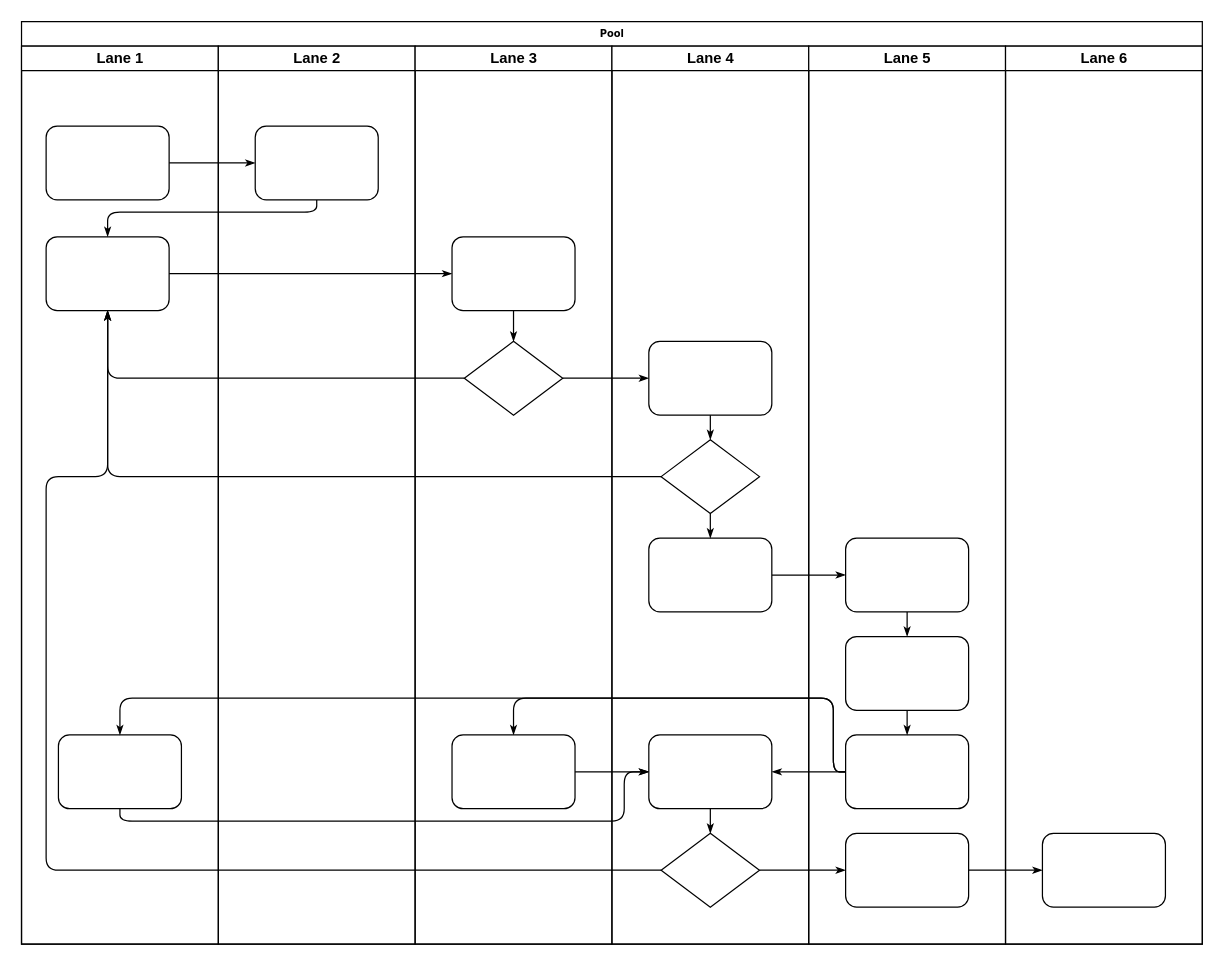
Before: Untitled Diagram.drawio in yooguy/config-repo, a draw.io diagram. Source tidied: cells renumbered, new cells numbered last; positions are measured from the earlier drawing's top-left corner, leaving out a move shared by most shapes. Both pictures are drawn from the tidied source at 123%, with x=0, y=0 at pixel (21, 21).
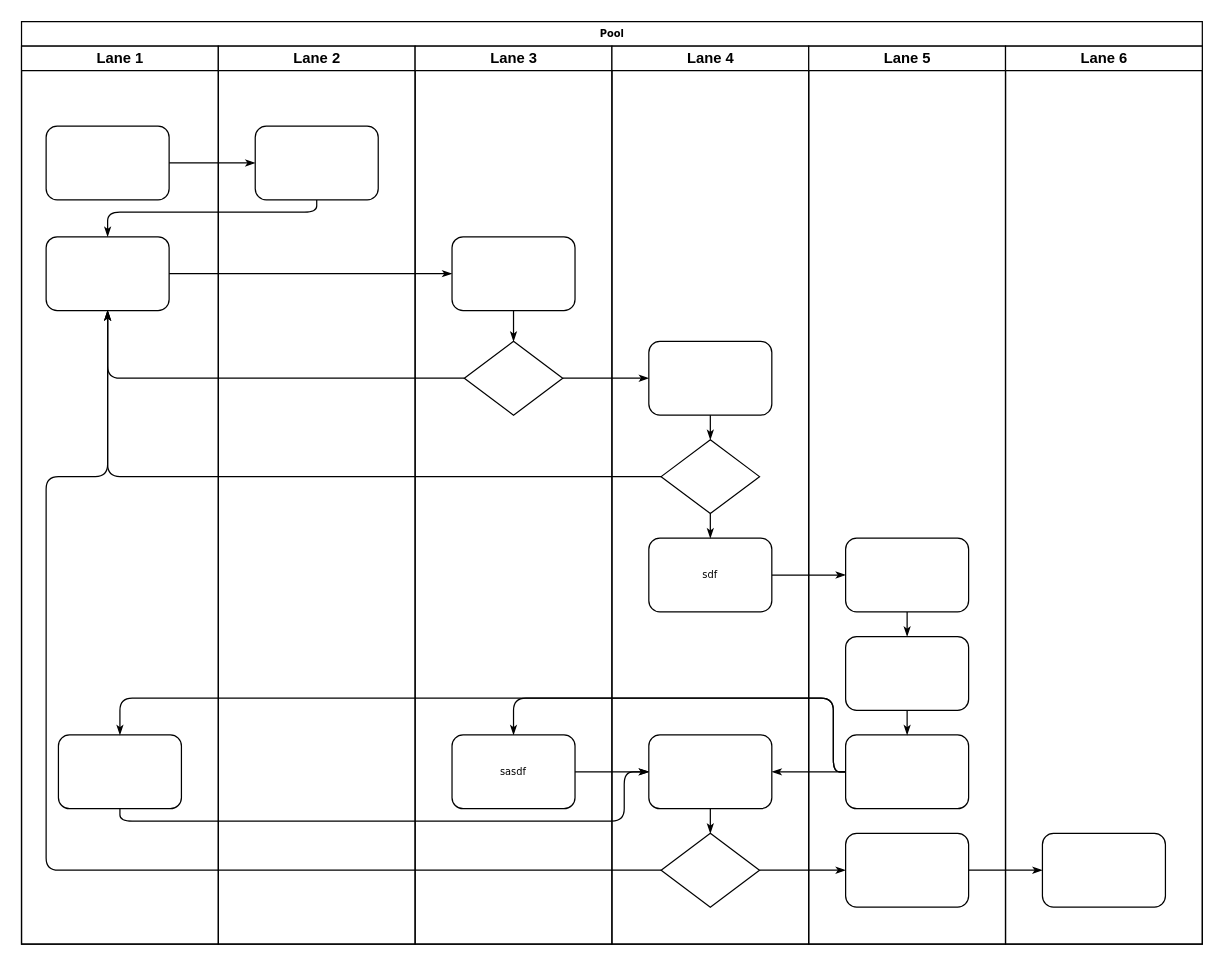
After the change.

Unchanged cells that the change refers to:
```xml
<mxCell id="24" value="Lane 3" style="swimlane;html=1;startSize=20;" parent="2" vertex="1">
  <mxGeometry x="320" y="20" width="160" height="730" as="geometry" />
</mxCell>
<mxCell id="29" value="Lane 4" style="swimlane;html=1;startSize=20;" parent="2" vertex="1">
  <mxGeometry x="480" y="20" width="160" height="730" as="geometry" />
</mxCell>
```

Diff of the diagram source:
```diff
@@
-    <mxCell id="27" style="rounded=1;whiteSpace=wrap;html=1;shadow=0;labelBackgroundColor=none;strokeWidth=1;fontFamily=Verdana;fontSize=8;align=center;" parent="24" vertex="1">
+    <mxCell id="27" value="sasdf" style="rounded=1;whiteSpace=wrap;html=1;shadow=0;labelBackgroundColor=none;strokeWidth=1;fontFamily=Verdana;fontSize=8;align=center;" parent="24" vertex="1">
       <mxGeometry x="30" y="560" width="100" height="60" as="geometry" />
     </mxCell>
@@
-    <mxCell id="32" style="rounded=1;whiteSpace=wrap;html=1;shadow=0;labelBackgroundColor=none;strokeWidth=1;fontFamily=Verdana;fontSize=8;align=center;" parent="29" vertex="1">
+    <mxCell id="32" value="sdf" style="rounded=1;whiteSpace=wrap;html=1;shadow=0;labelBackgroundColor=none;strokeWidth=1;fontFamily=Verdana;fontSize=8;align=center;" parent="29" vertex="1">
       <mxGeometry x="30" y="400" width="100" height="60" as="geometry" />
     </mxCell>
```
